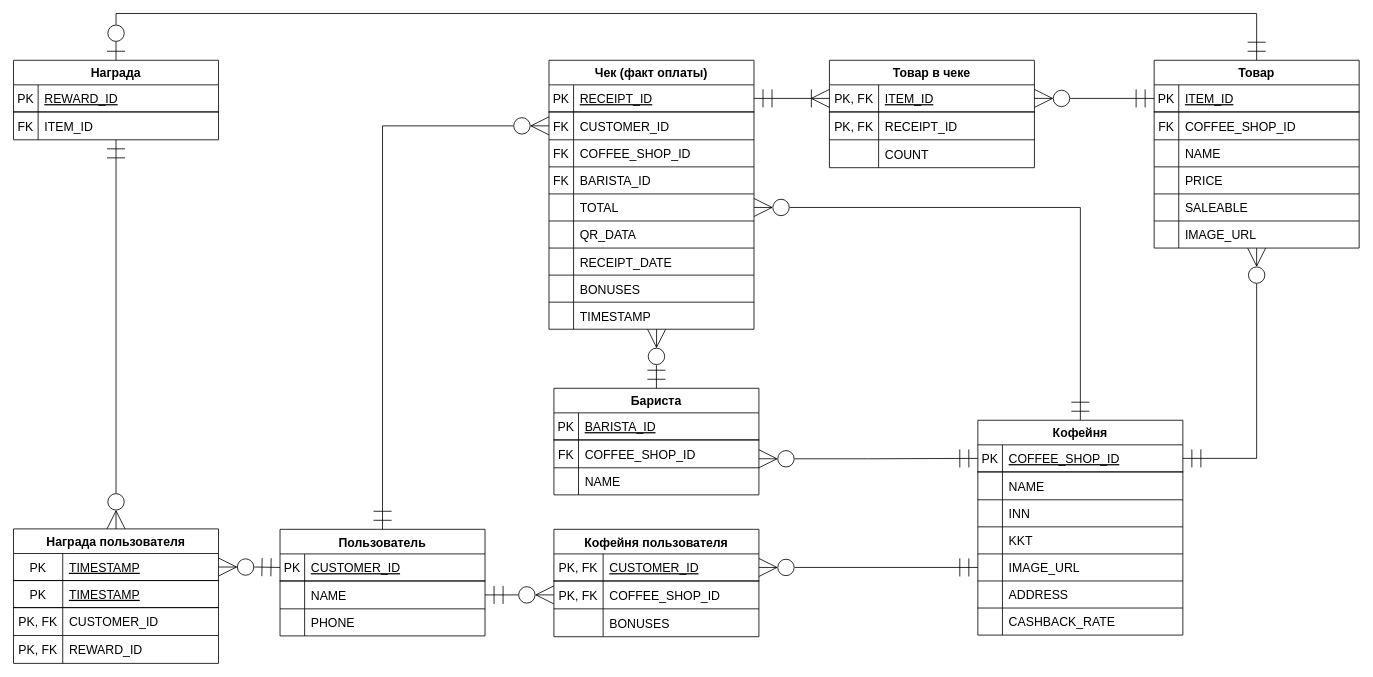
This is draw.io/logic.drawio from vvvkkkggg/chashka-db, a draw.io file, before an edit. Source tidied: cells renumbered, new cells numbered last; positions are measured from the earlier drawing's top-left corner, leaving out a move shared by most shapes. Both pictures are drawn from the tidied source at 82%, with x=0, y=0 at pixel (13, 13).
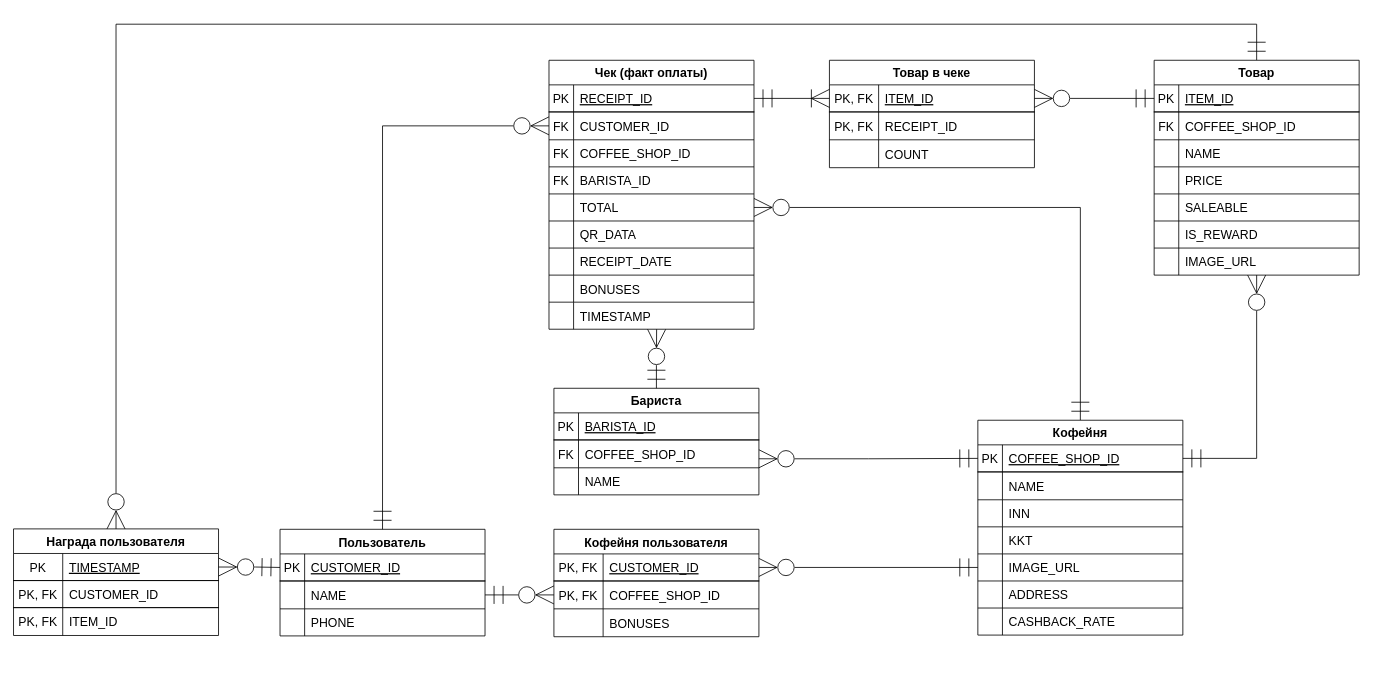
Above is the later version.

Commit message (it also covers changes not shown here):
fix(draw.io): delete reward table

Unchanged cells that the change refers to:
```xml
<mxCell id="66" style="shape=partialRectangle;fillColor=none;top=0;left=0;right=0;bottom=0;fontSize=15;" parent="50" vertex="1">
  <mxGeometry y="196" width="250" height="33" as="geometry" />
</mxCell>
<mxCell id="126" style="shape=partialRectangle;fillColor=none;top=0;left=0;right=0;bottom=1;fontSize=15;" parent="122" vertex="1">
  <mxGeometry y="63" width="250" height="33" as="geometry" />
</mxCell>
<mxCell id="129" style="shape=partialRectangle;fillColor=none;top=0;left=0;right=0;bottom=0;fontSize=15;" parent="122" vertex="1">
  <mxGeometry y="96" width="250" height="34" as="geometry" />
</mxCell>
```

Diff of the diagram source:
```diff
@@
-    <mxCell id="2" style="edgeStyle=orthogonalEdgeStyle;rounded=0;jettySize=auto;html=1;entryX=0.5;entryY=0;entryDx=0;entryDy=0;endArrow=ERzeroToMany;endFill=0;startArrow=ERmandOne;startFill=0;endSize=20;startSize=20;fontSize=15;exitX=0.5;exitY=1;exitDx=0;exitDy=0;" parent="1" edge="1" source="4" target="122">
-      <mxGeometry relative="1" as="geometry" />
+    <mxCell id="2" style="edgeStyle=orthogonalEdgeStyle;rounded=0;jettySize=auto;html=1;entryX=0.5;entryY=0;entryDx=0;entryDy=0;endArrow=ERzeroToMany;endFill=0;startArrow=ERmandOne;startFill=0;endSize=20;startSize=20;fontSize=15;exitX=0.5;exitY=0;exitDx=0;exitDy=0;" parent="1" edge="1" source="50" target="122">
+      <mxGeometry relative="1" as="geometry">
+        <Array as="points">
+          <mxPoint x="1516" y="13" />
+          <mxPoint x="125" y="13" />
+        </Array>
+      </mxGeometry>
     </mxCell>
-    <mxCell id="3" style="edgeStyle=orthogonalEdgeStyle;rounded=0;jettySize=auto;html=1;exitX=0.5;exitY=0;exitDx=0;exitDy=0;entryX=0.5;entryY=0;entryDx=0;entryDy=0;endArrow=ERmandOne;endFill=0;startArrow=ERzeroToOne;startFill=0;endSize=20;startSize=20;" parent="1" edge="1" source="4" target="50">
-      <mxGeometry relative="1" as="geometry">
-        <Array as="points">
-          <mxPoint x="125" />
-          <mxPoint x="1516" />
-        </Array>
-      </mxGeometry>
-    </mxCell>
-    <mxCell id="4" value="Награда" style="shape=table;startSize=30;childLayout=tableLayout;rowLines=1;fontStyle=1;align=center;resizeLastRow=0;columnLines=1;comic=0;enumerate=0;labelBackgroundColor=none;labelBorderColor=none;fontColor=default;fontSize=15;" parent="1" vertex="1">
-      <mxGeometry y="57" width="250" height="97" as="geometry" />
-    </mxCell>
-    <mxCell id="5" style="shape=partialRectangle;fillColor=none;top=0;left=0;right=0;bottom=1;fontSize=15;" parent="4" vertex="1">
-      <mxGeometry y="30" width="250" height="33" as="geometry" />
-    </mxCell>
-    <mxCell id="6" value="PK" style="shape=partialRectangle;overflow=hidden;fillColor=none;top=0;left=0;bottom=0;right=0;fontStyle=0;fontSize=15;" parent="5" vertex="1">
-      <mxGeometry width="30" height="33" as="geometry" />
-    </mxCell>
-    <mxCell id="7" value="REWARD_ID" style="shape=partialRectangle;overflow=hidden;fillColor=none;top=0;left=0;bottom=0;right=0;align=left;spacingLeft=6;fontStyle=4;fontSize=15;" parent="5" vertex="1">
-      <mxGeometry x="30" width="220" height="33" as="geometry" />
-    </mxCell>
-    <mxCell id="8" style="shape=partialRectangle;fillColor=none;top=0;left=0;right=0;bottom=0;fontSize=15;" parent="4" vertex="1">
-      <mxGeometry y="63" width="250" height="34" as="geometry" />
-    </mxCell>
-    <mxCell id="9" value="FK" style="shape=partialRectangle;overflow=hidden;fillColor=none;top=0;left=0;bottom=0;right=0;fontSize=15;" parent="8" vertex="1">
-      <mxGeometry width="30" height="34" as="geometry" />
-    </mxCell>
-    <mxCell id="10" value="ITEM_ID" style="shape=partialRectangle;overflow=hidden;fillColor=none;top=0;left=0;bottom=0;right=0;align=left;spacingLeft=6;fontSize=15;" parent="8" vertex="1">
-      <mxGeometry x="30" width="220" height="34" as="geometry" />
-    </mxCell>
@@
     <mxCell id="50" value="Товар" style="shape=table;startSize=30;childLayout=tableLayout;rowLines=1;fontStyle=1;align=center;resizeLastRow=0;columnLines=1;comic=0;enumerate=0;fontSize=15;" parent="1" vertex="1">
-      <mxGeometry x="1391" y="57" width="250" height="229" as="geometry" />
+      <mxGeometry x="1391" y="57" width="250" height="262" as="geometry" />
     </mxCell>
@@
-    <mxCell id="68" value="IMAGE_URL" style="shape=partialRectangle;overflow=hidden;fillColor=none;top=0;left=0;bottom=0;right=0;align=left;spacingLeft=6;fontSize=15;" parent="66" vertex="1">
+    <mxCell id="68" value="IS_REWARD" style="shape=partialRectangle;overflow=hidden;fillColor=none;top=0;left=0;bottom=0;right=0;align=left;spacingLeft=6;fontSize=15;" parent="66" vertex="1">
       <mxGeometry x="30" width="220" height="33" as="geometry" />
     </mxCell>
+    <mxCell id="144" style="shape=partialRectangle;fillColor=none;top=0;left=0;right=0;bottom=0;fontSize=15;" parent="50" vertex="1">
+      <mxGeometry y="229" width="250" height="33" as="geometry" />
+    </mxCell>
+    <mxCell id="145" style="shape=partialRectangle;overflow=hidden;fillColor=none;top=0;left=0;bottom=0;right=0;fontSize=15;" parent="144" vertex="1">
+      <mxGeometry width="30" height="33" as="geometry" />
+    </mxCell>
+    <mxCell id="146" value="IMAGE_URL" style="shape=partialRectangle;overflow=hidden;fillColor=none;top=0;left=0;bottom=0;right=0;align=left;spacingLeft=6;fontSize=15;" parent="144" vertex="1">
+      <mxGeometry x="30" width="220" height="33" as="geometry" />
+    </mxCell>
@@
     <mxCell id="122" value="Награда пользователя" style="shape=table;startSize=30;childLayout=tableLayout;rowLines=1;fontStyle=1;align=center;resizeLastRow=0;columnLines=1;comic=0;enumerate=0;swimlaneHead=1;swimlaneBody=1;horizontal=1;top=1;bottom=1;left=1;swimlaneLine=1;rounded=0;shadow=0;strokeColor=default;separatorColor=none;labelBackgroundColor=none;labelBorderColor=none;fontSize=15;" parent="1" vertex="1">
-      <mxGeometry y="628.5" width="250" height="164" as="geometry" />
+      <mxGeometry y="628.5" width="250" height="130" as="geometry" />
     </mxCell>
@@
-    <mxCell id="127" value="PK" style="shape=partialRectangle;overflow=hidden;fillColor=none;top=0;left=0;bottom=0;right=0;fontStyle=0;fontSize=15;" parent="126" vertex="1">
+    <mxCell id="127" value="PK, FK" style="shape=partialRectangle;overflow=hidden;fillColor=none;top=0;left=0;bottom=0;right=0;fontStyle=0;fontSize=15;" parent="126" vertex="1">
       <mxGeometry width="60" height="33" as="geometry" />
     </mxCell>
-    <mxCell id="128" value="TIMESTAMP" style="shape=partialRectangle;overflow=hidden;fillColor=none;top=0;left=0;bottom=0;right=0;align=left;spacingLeft=6;fontStyle=4;fontSize=15;" parent="126" vertex="1">
+    <mxCell id="128" value="CUSTOMER_ID" style="shape=partialRectangle;overflow=hidden;fillColor=none;top=0;left=0;bottom=0;right=0;align=left;spacingLeft=6;fontStyle=0;fontSize=15;" parent="126" vertex="1">
       <mxGeometry x="60" width="190" height="33" as="geometry" />
     </mxCell>
@@
-    <mxCell id="131" value="CUSTOMER_ID" style="shape=partialRectangle;overflow=hidden;fillColor=none;top=0;left=0;bottom=0;right=0;align=left;spacingLeft=6;fontSize=15;" parent="129" vertex="1">
+    <mxCell id="131" value="ITEM_ID" style="shape=partialRectangle;overflow=hidden;fillColor=none;top=0;left=0;bottom=0;right=0;align=left;spacingLeft=6;fontSize=15;" parent="129" vertex="1">
       <mxGeometry x="60" width="190" height="34" as="geometry" />
     </mxCell>
-    <mxCell id="132" style="shape=partialRectangle;fillColor=none;top=0;left=0;right=0;bottom=0;fontSize=15;" parent="122" vertex="1">
-      <mxGeometry y="130" width="250" height="34" as="geometry" />
-    </mxCell>
-    <mxCell id="133" value="PK, FK" style="shape=partialRectangle;overflow=hidden;fillColor=none;top=0;left=0;bottom=0;right=0;fontSize=15;" parent="132" vertex="1">
-      <mxGeometry width="60" height="34" as="geometry" />
-    </mxCell>
-    <mxCell id="134" value="REWARD_ID" style="shape=partialRectangle;overflow=hidden;fillColor=none;top=0;left=0;bottom=0;right=0;align=left;spacingLeft=6;fontSize=15;" parent="132" vertex="1">
-      <mxGeometry x="60" width="190" height="34" as="geometry" />
-    </mxCell>
```
